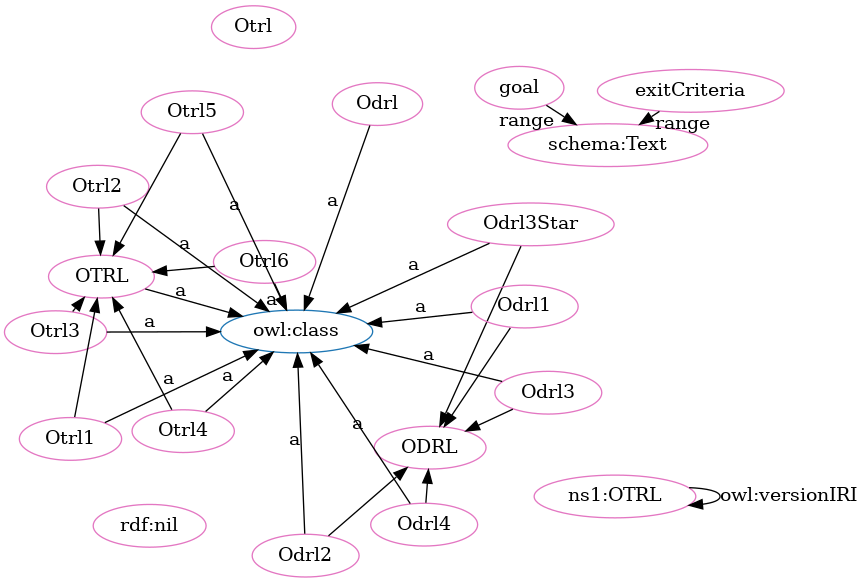
This is OTRL-clean.png from OPEN-NEXT/OKH-LOSH, a Graphviz export, as it was before one commit. Its source is kept beside it as OTRL-clean.dot.
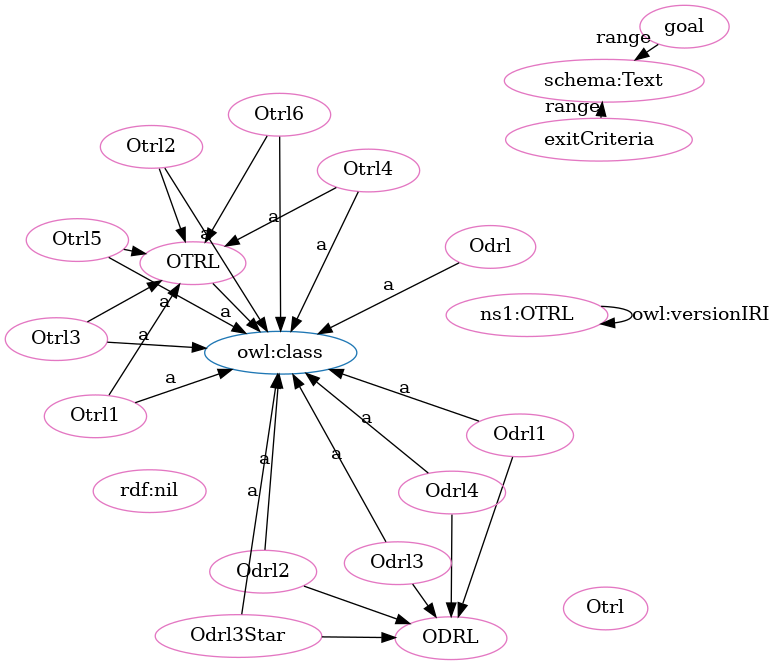
Above is the later version.

What changed in the source:
```diff
@@ -4,51 +4,51 @@
 "http://purl.org/oseg/ontologies/OTRL#OTRL" [fillcolor="#1f77b4" color="#1f77b4" label="OTRL"]
 "http://www.w3.org/2002/07/owl#class" [fillcolor="#1f77b4" color="#1f77b4" label="owl:class"]
 "http://purl.org/oseg/ontologies/OTRL#ODRL" [fillcolor="#1f77b4" color="#1f77b4" label="ODRL"]
+"http://purl.org/oseg/ontologies/OTRL#Odrl2" [fillcolor="#e377c2" color="#e377c2" label="Odrl2"]
+"http://schema.org/Text" [fillcolor="#e377c2" color="#e377c2" label="schema:Text"]
+"http://purl.org/oseg/ontologies/OTRL#goal" [fillcolor="#e377c2" color="#e377c2" label="goal"]
+"http://purl.org/oseg/ontologies/OTRL#ODRL" [fillcolor="#e377c2" color="#e377c2" label="ODRL"]
+"http://purl.org/oseg/ontologies/OTRL#OTRL" [fillcolor="#e377c2" color="#e377c2" label="OTRL"]
+"http://purl.org/oseg/ontologies/OTRL#Otrl" [fillcolor="#e377c2" color="#e377c2" label="Otrl"]
+"http://purl.org/oseg/ontologies/OTRL" [fillcolor="#e377c2" color="#e377c2" label="ns1:OTRL"]
+"http://purl.org/oseg/ontologies/OTRL#Odrl" [fillcolor="#e377c2" color="#e377c2" label="Odrl"]
+"http://purl.org/oseg/ontologies/OTRL#Odrl1" [fillcolor="#e377c2" color="#e377c2" label="Odrl1"]
+"http://purl.org/oseg/ontologies/OTRL#Odrl3Star" [fillcolor="#e377c2" color="#e377c2" label="Odrl3Star"]
+"http://purl.org/oseg/ontologies/OTRL#exitCriteria" [fillcolor="#e377c2" color="#e377c2" label="exitCriteria"]
+"http://www.w3.org/1999/02/22-rdf-syntax-ns#nil" [fillcolor="#e377c2" color="#e377c2" label="rdf:nil"]
+"http://purl.org/oseg/ontologies/OTRL#Odrl4" [fillcolor="#e377c2" color="#e377c2" label="Odrl4"]
+"http://purl.org/oseg/ontologies/OTRL#Otrl1" [fillcolor="#e377c2" color="#e377c2" label="Otrl1"]
+"http://purl.org/oseg/ontologies/OTRL#Odrl3" [fillcolor="#e377c2" color="#e377c2" label="Odrl3"]
+"http://purl.org/oseg/ontologies/OTRL#Otrl6" [fillcolor="#e377c2" color="#e377c2" label="Otrl6"]
 "http://purl.org/oseg/ontologies/OTRL#Otrl3" [fillcolor="#e377c2" color="#e377c2" label="Otrl3"]
-"http://purl.org/oseg/ontologies/OTRL#Odrl" [fillcolor="#e377c2" color="#e377c2" label="Odrl"]
 "http://purl.org/oseg/ontologies/OTRL#Otrl2" [fillcolor="#e377c2" color="#e377c2" label="Otrl2"]
-"http://purl.org/oseg/ontologies/OTRL#Odrl2" [fillcolor="#e377c2" color="#e377c2" label="Odrl2"]
-"http://purl.org/oseg/ontologies/OTRL#Odrl3Star" [fillcolor="#e377c2" color="#e377c2" label="Odrl3Star"]
-"http://purl.org/oseg/ontologies/OTRL#ODRL" [fillcolor="#e377c2" color="#e377c2" label="ODRL"]
 "http://purl.org/oseg/ontologies/OTRL#Otrl4" [fillcolor="#e377c2" color="#e377c2" label="Otrl4"]
-"http://purl.org/oseg/ontologies/OTRL#Odrl4" [fillcolor="#e377c2" color="#e377c2" label="Odrl4"]
-"http://purl.org/oseg/ontologies/OTRL#Odrl3" [fillcolor="#e377c2" color="#e377c2" label="Odrl3"]
-"http://www.w3.org/1999/02/22-rdf-syntax-ns#nil" [fillcolor="#e377c2" color="#e377c2" label="rdf:nil"]
-"http://purl.org/oseg/ontologies/OTRL" [fillcolor="#e377c2" color="#e377c2" label="ns1:OTRL"]
-"http://purl.org/oseg/ontologies/OTRL#goal" [fillcolor="#e377c2" color="#e377c2" label="goal"]
-"http://purl.org/oseg/ontologies/OTRL#OTRL" [fillcolor="#e377c2" color="#e377c2" label="OTRL"]
-"http://purl.org/oseg/ontologies/OTRL#Otrl1" [fillcolor="#e377c2" color="#e377c2" label="Otrl1"]
-"http://purl.org/oseg/ontologies/OTRL#exitCriteria" [fillcolor="#e377c2" color="#e377c2" label="exitCriteria"]
-"http://purl.org/oseg/ontologies/OTRL#Otrl6" [fillcolor="#e377c2" color="#e377c2" label="Otrl6"]
-"http://purl.org/oseg/ontologies/OTRL#Otrl" [fillcolor="#e377c2" color="#e377c2" label="Otrl"]
-"http://schema.org/Text" [fillcolor="#e377c2" color="#e377c2" label="schema:Text"]
-"http://purl.org/oseg/ontologies/OTRL#Odrl1" [fillcolor="#e377c2" color="#e377c2" label="Odrl1"]
 "http://purl.org/oseg/ontologies/OTRL#Otrl5" [fillcolor="#e377c2" color="#e377c2" label="Otrl5"]
+  "http://purl.org/oseg/ontologies/OTRL#Odrl2" -> "http://www.w3.org/2002/07/owl#class" [label="a"]
+  "http://purl.org/oseg/ontologies/OTRL#exitCriteria" -> "http://schema.org/Text" [label="range"]
+  "http://purl.org/oseg/ontologies/OTRL#Odrl4" -> "http://purl.org/oseg/ontologies/OTRL#ODRL" [label=""]
+  "http://purl.org/oseg/ontologies/OTRL#Otrl4" -> "http://purl.org/oseg/ontologies/OTRL#OTRL" [label=""]
+  "http://purl.org/oseg/ontologies/OTRL#Odrl3Star" -> "http://www.w3.org/2002/07/owl#class" [label="a"]
+  "http://purl.org/oseg/ontologies/OTRL#Odrl3" -> "http://purl.org/oseg/ontologies/OTRL#ODRL" [label=""]
+  "http://purl.org/oseg/ontologies/OTRL#Odrl4" -> "http://www.w3.org/2002/07/owl#class" [label="a"]
+  "http://purl.org/oseg/ontologies/OTRL#Odrl3" -> "http://www.w3.org/2002/07/owl#class" [label="a"]
+  "http://purl.org/oseg/ontologies/OTRL#OTRL" -> "http://www.w3.org/2002/07/owl#class" [label="a"]
+  "http://purl.org/oseg/ontologies/OTRL#Otrl6" -> "http://purl.org/oseg/ontologies/OTRL#OTRL" [label=""]
+  "http://purl.org/oseg/ontologies/OTRL#Otrl2" -> "http://www.w3.org/2002/07/owl#class" [label="a"]
+  "http://purl.org/oseg/ontologies/OTRL#Otrl4" -> "http://www.w3.org/2002/07/owl#class" [label="a"]
+  "http://purl.org/oseg/ontologies/OTRL#Otrl5" -> "http://www.w3.org/2002/07/owl#class" [label="a"]
+  "http://purl.org/oseg/ontologies/OTRL" -> "http://purl.org/oseg/ontologies/OTRL" [label="owl:versionIRI"]
+  "http://purl.org/oseg/ontologies/OTRL#Otrl2" -> "http://purl.org/oseg/ontologies/OTRL#OTRL" [label=""]
+  "http://purl.org/oseg/ontologies/OTRL#Otrl1" -> "http://purl.org/oseg/ontologies/OTRL#OTRL" [label=""]
+  "http://purl.org/oseg/ontologies/OTRL#Odrl1" -> "http://www.w3.org/2002/07/owl#class" [label="a"]
+  "http://purl.org/oseg/ontologies/OTRL#goal" -> "http://schema.org/Text" [label="range"]
+  "http://purl.org/oseg/ontologies/OTRL#Otrl5" -> "http://purl.org/oseg/ontologies/OTRL#OTRL" [label=""]
+  "http://purl.org/oseg/ontologies/OTRL#Otrl1" -> "http://www.w3.org/2002/07/owl#class" [label="a"]
+  "http://purl.org/oseg/ontologies/OTRL#Otrl6" -> "http://www.w3.org/2002/07/owl#class" [label="a"]
+  "http://purl.org/oseg/ontologies/OTRL#Odrl1" -> "http://purl.org/oseg/ontologies/OTRL#ODRL" [label=""]
+  "http://purl.org/oseg/ontologies/OTRL#Odrl3Star" -> "http://purl.org/oseg/ontologies/OTRL#ODRL" [label=""]
+  "http://purl.org/oseg/ontologies/OTRL#Otrl3" -> "http://purl.org/oseg/ontologies/OTRL#OTRL" [label=""]
+  "http://purl.org/oseg/ontologies/OTRL#Odrl" -> "http://www.w3.org/2002/07/owl#class" [label="a"]
   "http://purl.org/oseg/ontologies/OTRL#Otrl3" -> "http://www.w3.org/2002/07/owl#class" [label="a"]
-  "http://purl.org/oseg/ontologies/OTRL#Odrl2" -> "http://www.w3.org/2002/07/owl#class" [label="a"]
-  "http://purl.org/oseg/ontologies/OTRL#Odrl3Star" -> "http://purl.org/oseg/ontologies/OTRL#ODRL" [label=""]
-  "http://purl.org/oseg/ontologies/OTRL#Otrl4" -> "http://www.w3.org/2002/07/owl#class" [label="a"]
-  "http://purl.org/oseg/ontologies/OTRL#Odrl4" -> "http://www.w3.org/2002/07/owl#class" [label="a"]
-  "http://purl.org/oseg/ontologies/OTRL#Otrl6" -> "http://purl.org/oseg/ontologies/OTRL#OTRL" [label=""]
-  "http://purl.org/oseg/ontologies/OTRL#Otrl1" -> "http://www.w3.org/2002/07/owl#class" [label="a"]
-  "http://purl.org/oseg/ontologies/OTRL#Otrl5" -> "http://purl.org/oseg/ontologies/OTRL#OTRL" [label=""]
-  "http://purl.org/oseg/ontologies/OTRL#Otrl1" -> "http://purl.org/oseg/ontologies/OTRL#OTRL" [label=""]
-  "http://purl.org/oseg/ontologies/OTRL" -> "http://purl.org/oseg/ontologies/OTRL" [label="owl:versionIRI"]
   "http://purl.org/oseg/ontologies/OTRL#Odrl2" -> "http://purl.org/oseg/ontologies/OTRL#ODRL" [label=""]
-  "http://purl.org/oseg/ontologies/OTRL#Otrl3" -> "http://purl.org/oseg/ontologies/OTRL#OTRL" [label=""]
-  "http://purl.org/oseg/ontologies/OTRL#Otrl6" -> "http://www.w3.org/2002/07/owl#class" [label="a"]
-  "http://purl.org/oseg/ontologies/OTRL#Otrl2" -> "http://purl.org/oseg/ontologies/OTRL#OTRL" [label=""]
-  "http://purl.org/oseg/ontologies/OTRL#Odrl1" -> "http://www.w3.org/2002/07/owl#class" [label="a"]
-  "http://purl.org/oseg/ontologies/OTRL#Otrl5" -> "http://www.w3.org/2002/07/owl#class" [label="a"]
-  "http://purl.org/oseg/ontologies/OTRL#Odrl" -> "http://www.w3.org/2002/07/owl#class" [label="a"]
-  "http://purl.org/oseg/ontologies/OTRL#Otrl2" -> "http://www.w3.org/2002/07/owl#class" [label="a"]
-  "http://purl.org/oseg/ontologies/OTRL#Odrl3Star" -> "http://www.w3.org/2002/07/owl#class" [label="a"]
-  "http://purl.org/oseg/ontologies/OTRL#Odrl3" -> "http://www.w3.org/2002/07/owl#class" [label="a"]
-  "http://purl.org/oseg/ontologies/OTRL#Odrl4" -> "http://purl.org/oseg/ontologies/OTRL#ODRL" [label=""]
-  "http://purl.org/oseg/ontologies/OTRL#Odrl1" -> "http://purl.org/oseg/ontologies/OTRL#ODRL" [label=""]
-  "http://purl.org/oseg/ontologies/OTRL#exitCriteria" -> "http://schema.org/Text" [label="range"]
-  "http://purl.org/oseg/ontologies/OTRL#Odrl3" -> "http://purl.org/oseg/ontologies/OTRL#ODRL" [label=""]
-  "http://purl.org/oseg/ontologies/OTRL#OTRL" -> "http://www.w3.org/2002/07/owl#class" [label="a"]
-  "http://purl.org/oseg/ontologies/OTRL#Otrl4" -> "http://purl.org/oseg/ontologies/OTRL#OTRL" [label=""]
-  "http://purl.org/oseg/ontologies/OTRL#goal" -> "http://schema.org/Text" [label="range"]
 }
```
